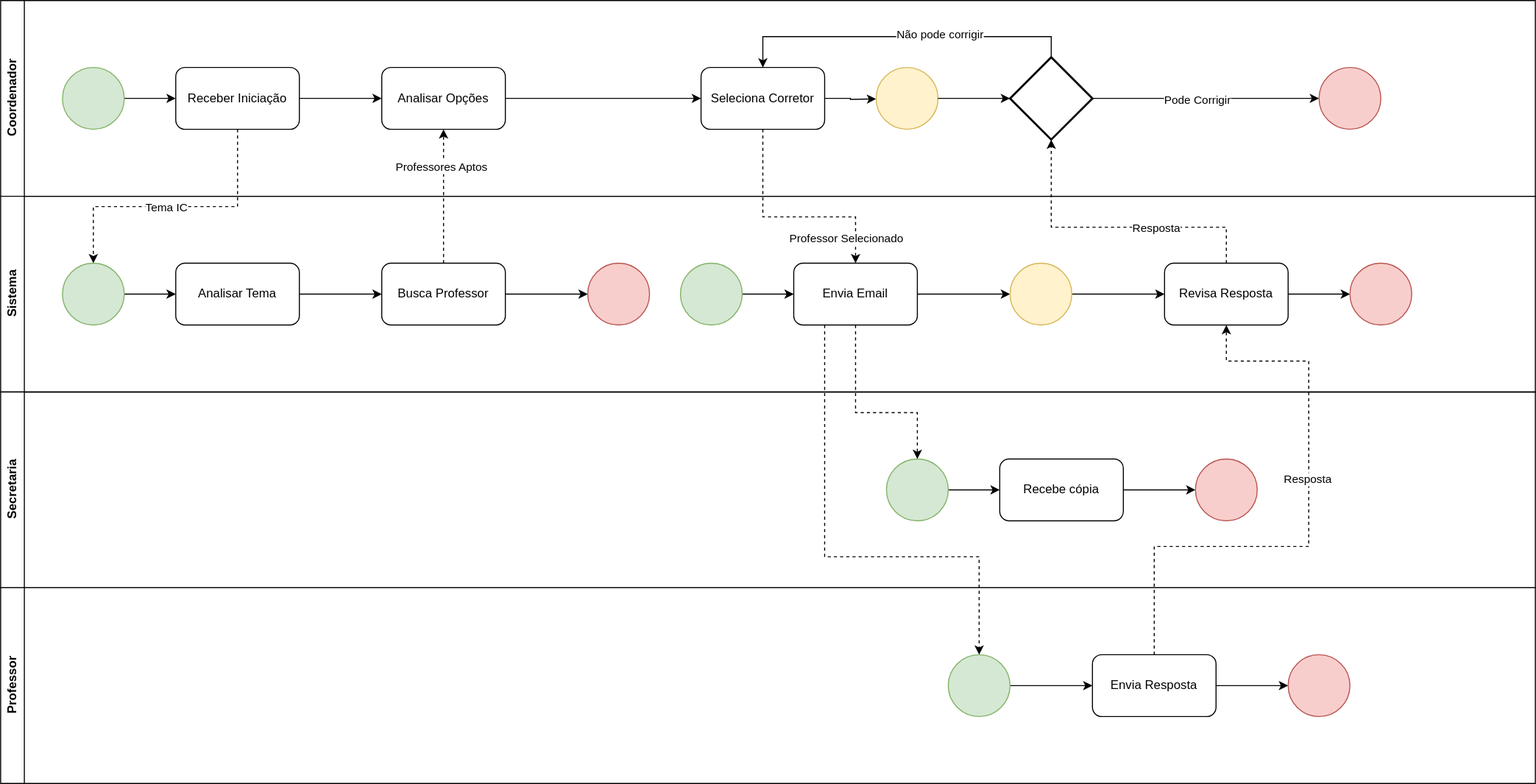
This is BuscarProfessor.drawio.svg from JesCat16/Automacao_IC_GestaoDeProjeto, a draw.io export, as it was before one commit. Source tidied: cells renumbered, new cells last; positions are measured from the earlier drawing's top-left corner, leaving out a move shared by most shapes.
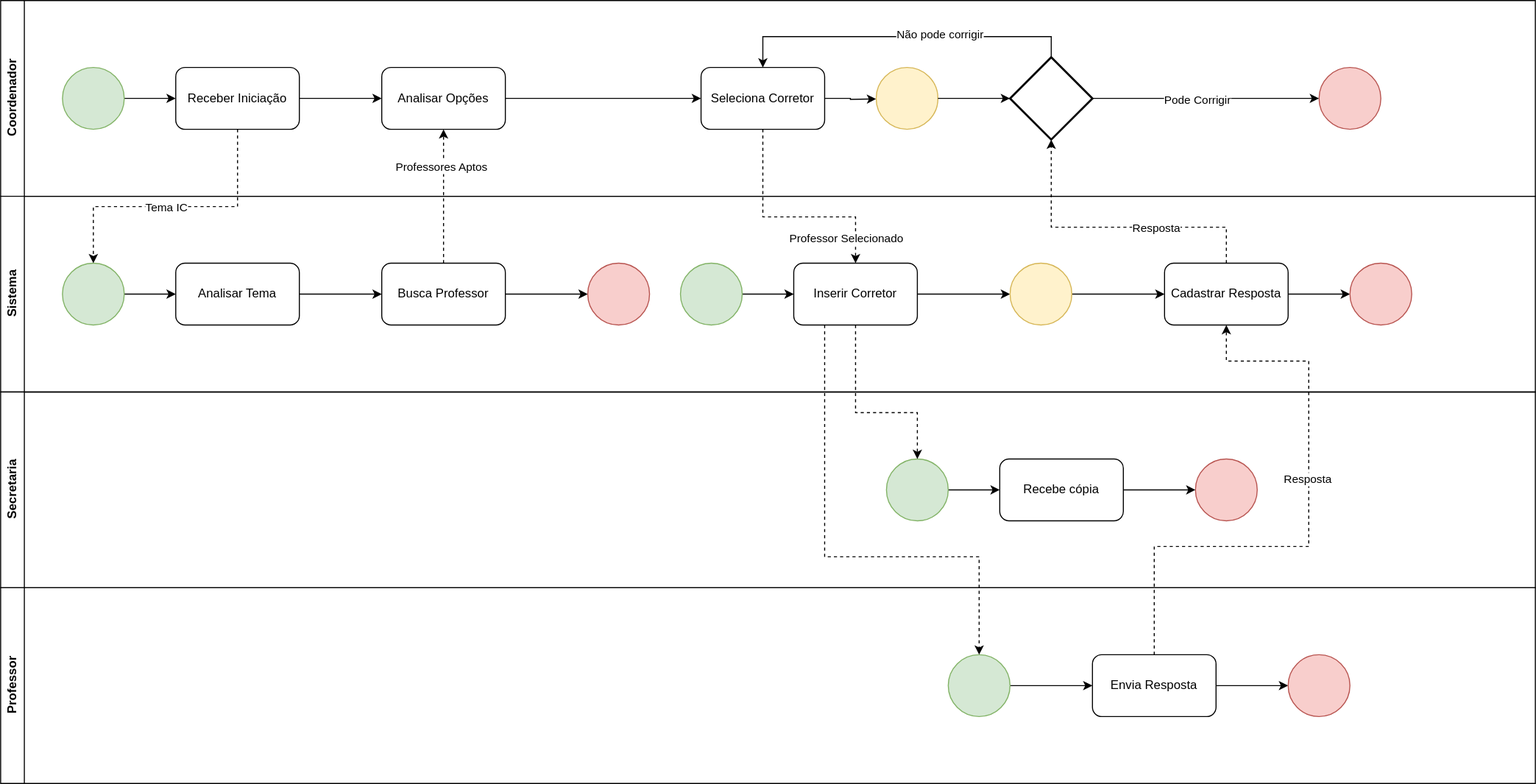
Above is the later version.

What changed in the source:
```diff
@@ -92,7 +92,7 @@
     <mxCell id="29" style="edgeStyle=orthogonalEdgeStyle;rounded=0;jettySize=auto;html=1;exitX=1;exitY=0.5;exitDx=0;exitDy=0;entryX=0;entryY=0.5;entryDx=0;entryDy=0;" parent="19" edge="1" source="30" target="31">
       <mxGeometry relative="1" as="geometry" />
     </mxCell>
-    <mxCell id="30" value="Revisa Resposta" style="rounded=1;whiteSpace=wrap;html=1;" parent="19" vertex="1">
+    <mxCell id="30" value="Cadastrar Resposta" style="rounded=1;whiteSpace=wrap;html=1;" parent="19" vertex="1">
       <mxGeometry x="1130" y="65" width="120" height="60" as="geometry" />
     </mxCell>
     <mxCell id="31" style="ellipse;whiteSpace=wrap;html=1;fillColor=#f8cecc;strokeColor=#b85450;" parent="19" vertex="1">
@@ -101,7 +101,7 @@
     <mxCell id="32" style="edgeStyle=orthogonalEdgeStyle;rounded=0;jettySize=auto;html=1;exitX=1;exitY=0.5;exitDx=0;exitDy=0;entryX=0;entryY=0.5;entryDx=0;entryDy=0;" parent="19" edge="1" source="33" target="35">
       <mxGeometry relative="1" as="geometry" />
     </mxCell>
-    <mxCell id="33" value="Envia Email" style="rounded=1;whiteSpace=wrap;html=1;" parent="19" vertex="1">
+    <mxCell id="33" value="Inserir Corretor" style="rounded=1;whiteSpace=wrap;html=1;" parent="19" vertex="1">
       <mxGeometry x="770" y="65" width="120" height="60" as="geometry" />
     </mxCell>
     <mxCell id="34" style="edgeStyle=orthogonalEdgeStyle;rounded=0;jettySize=auto;html=1;exitX=1;exitY=0.5;exitDx=0;exitDy=0;entryX=0;entryY=0.5;entryDx=0;entryDy=0;" parent="19" edge="1" source="35" target="30">
```
